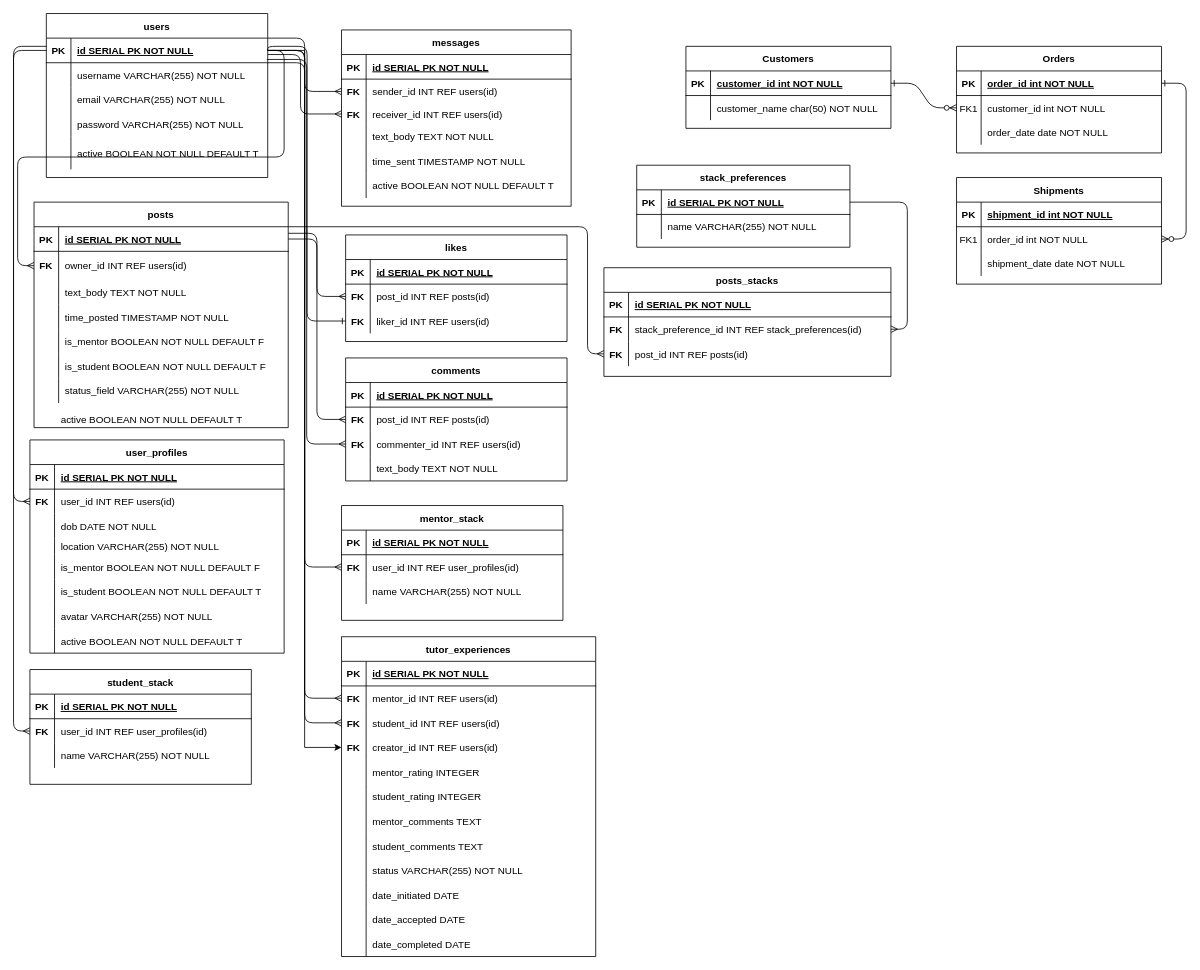
The draw.io diagram erd.drawio in mgibby91/social_network, before the edit. Source tidied: cells renumbered, new cells numbered last; positions are measured from the earlier drawing's top-left corner, leaving out a move shared by most shapes. Both pictures are drawn from the tidied source at 82%, with x=0, y=0 at pixel (13, 13).
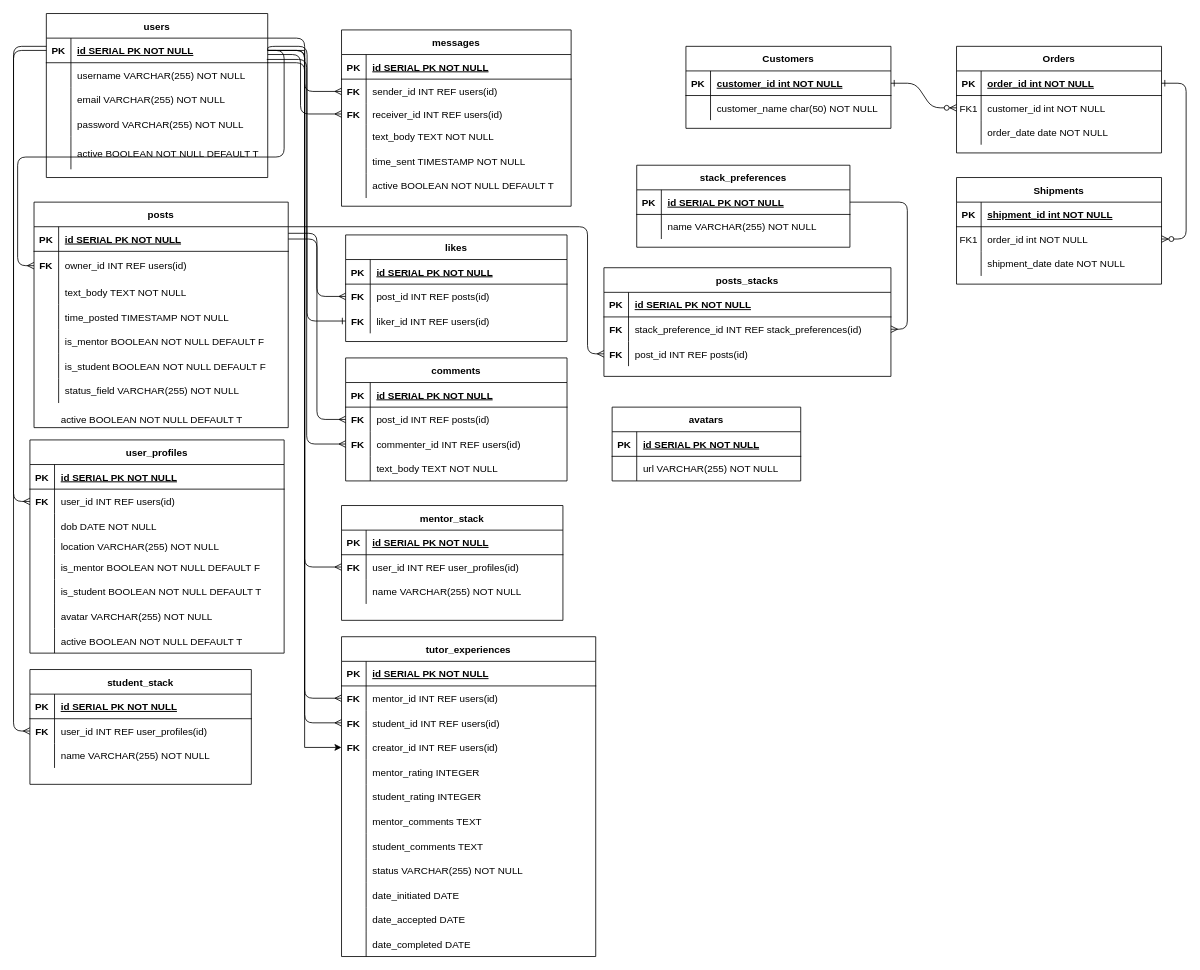
After the change.

Commit message:
add avatars table to ERD

Change to the diagram source:
```diff
@@
+    <mxCell id="226" value="avatars" style="shape=table;startSize=30;childLayout=tableLayout;rowLines=0;fontStyle=1;align=center;" parent="1" vertex="1">
+      <mxGeometry x="730" y="480" width="230" height="90" as="geometry" />
+    </mxCell>
+    <mxCell id="227" style="shape=partialRectangle;fillColor=none;top=0;left=0;bottom=1;right=0;" parent="226" vertex="1">
+      <mxGeometry y="30" width="230" height="30" as="geometry" />
+    </mxCell>
+    <mxCell id="228" value="PK" style="shape=partialRectangle;fillColor=none;top=0;left=0;bottom=0;right=0;fontStyle=1;overflow=hidden;" parent="227" vertex="1">
+      <mxGeometry width="30" height="30" as="geometry" />
+    </mxCell>
+    <mxCell id="229" value="id SERIAL PK NOT NULL" style="shape=partialRectangle;fillColor=none;top=0;left=0;bottom=0;right=0;align=left;spacingLeft=6;fontStyle=5;overflow=hidden;" parent="227" vertex="1">
+      <mxGeometry x="30" width="200" height="30" as="geometry" />
+    </mxCell>
+    <mxCell id="230" style="shape=partialRectangle;fillColor=none;top=0;left=0;bottom=0;right=0;" parent="226" vertex="1">
+      <mxGeometry y="60" width="230" height="30" as="geometry" />
+    </mxCell>
+    <mxCell id="231" style="shape=partialRectangle;fillColor=none;top=0;left=0;bottom=0;right=0;overflow=hidden;" parent="230" vertex="1">
+      <mxGeometry width="30" height="30" as="geometry" />
+    </mxCell>
+    <mxCell id="232" value="url VARCHAR(255) NOT NULL" style="shape=partialRectangle;fillColor=none;top=0;left=0;bottom=0;right=0;align=left;spacingLeft=6;overflow=hidden;" parent="230" vertex="1">
+      <mxGeometry x="30" width="200" height="30" as="geometry" />
+    </mxCell>
```
